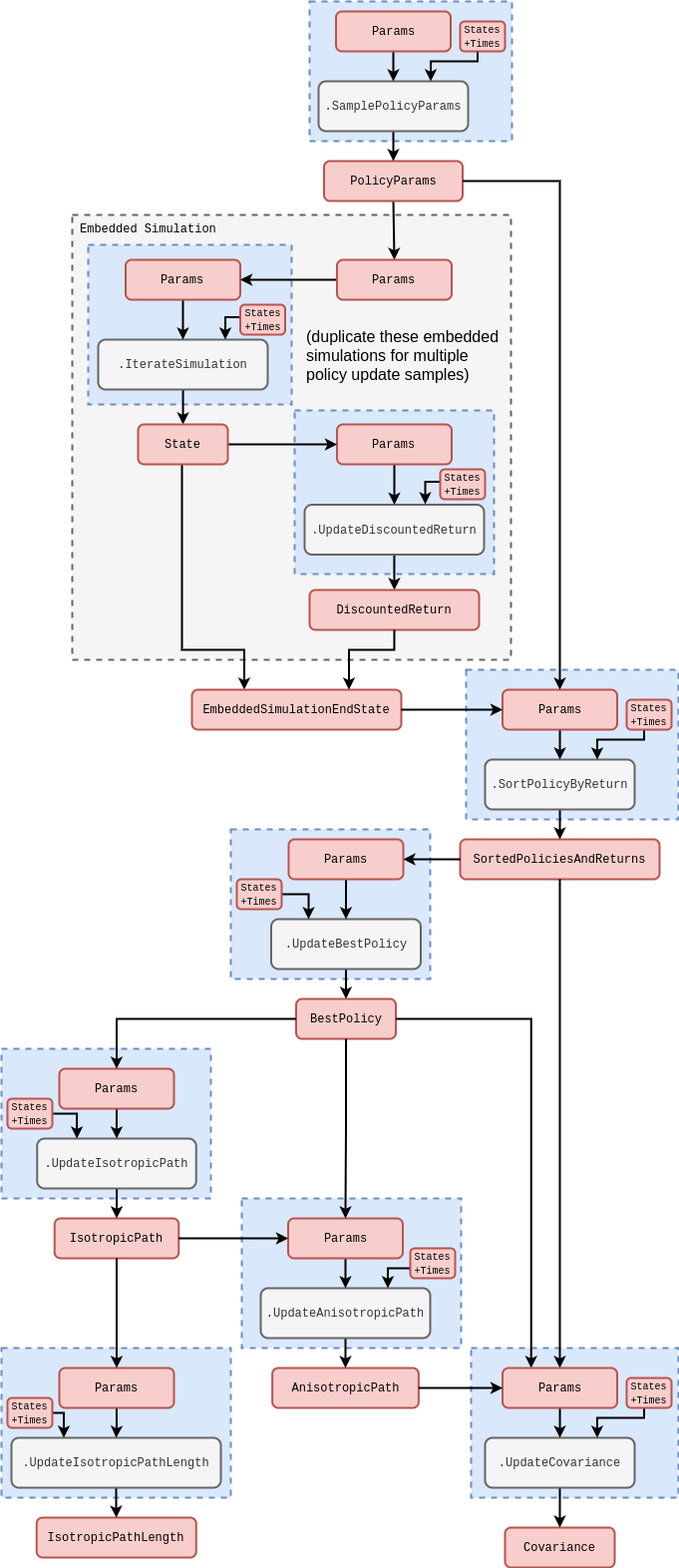
Above: assets/stochadexIV/stochadexIV-discounted-return-optimiser-code.drawio.png in umbralcalc/umbralcalc.github.io (draw.io), before the change. Source tidied: cells renumbered, new cells last; positions are measured from the earlier drawing's top-left corner, leaving out a move shared by most shapes.
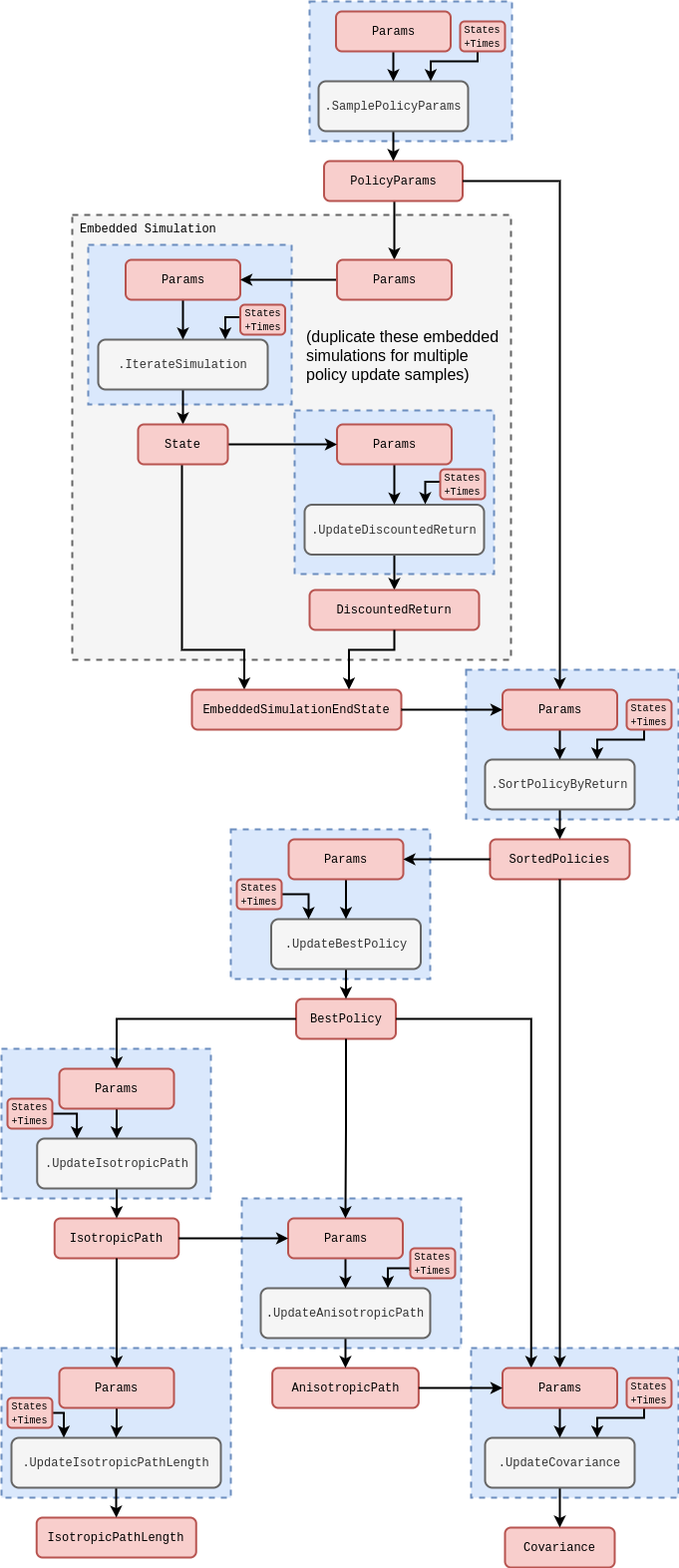
Later version of the same file.

Commit message:
added maths and updated diagram

Diff of the diagram source:
```diff
@@ -135,8 +135,8 @@
     <mxCell id="35" value="&lt;div style=&quot;line-height: 100%;&quot;&gt;&lt;span style=&quot;font-size: 10px; background-color: transparent; color: light-dark(rgb(0, 0, 0), rgb(255, 255, 255));&quot;&gt;&lt;font face=&quot;Courier New&quot;&gt;States&lt;/font&gt;&lt;/span&gt;&lt;div&gt;&lt;font face=&quot;Courier New&quot; style=&quot;line-height: 100%; font-size: 10px;&quot;&gt;&lt;font style=&quot;&quot;&gt;+&lt;/font&gt;&lt;span style=&quot;background-color: transparent; color: light-dark(rgb(0, 0, 0), rgb(255, 255, 255));&quot;&gt;Times&lt;/span&gt;&lt;/font&gt;&lt;/div&gt;&lt;/div&gt;" style="rounded=1;whiteSpace=wrap;html=1;strokeWidth=2;fillColor=#f8cecc;strokeColor=#b85450;" parent="1" vertex="1">
       <mxGeometry x="460" y="20" width="45" height="30" as="geometry" />
     </mxCell>
-    <mxCell id="36" value="&lt;font face=&quot;Courier New&quot;&gt;SortedPoliciesAndReturns&lt;/font&gt;" style="rounded=1;whiteSpace=wrap;html=1;strokeWidth=2;fillColor=#f8cecc;strokeColor=#b85450;" parent="1" vertex="1">
-      <mxGeometry x="460" y="840" width="200" height="40" as="geometry" />
+    <mxCell id="36" value="&lt;font face=&quot;Courier New&quot;&gt;SortedPolicies&lt;/font&gt;" style="rounded=1;whiteSpace=wrap;html=1;strokeWidth=2;fillColor=#f8cecc;strokeColor=#b85450;" parent="1" vertex="1">
+      <mxGeometry x="490" y="840" width="140" height="40" as="geometry" />
     </mxCell>
     <mxCell id="37" style="rounded=0;whiteSpace=wrap;html=1;dashed=1;strokeWidth=2;fillColor=#dae8fc;strokeColor=#6c8ebf;" parent="1" vertex="1">
       <mxGeometry x="466" y="670" width="213" height="150" as="geometry" />
```
